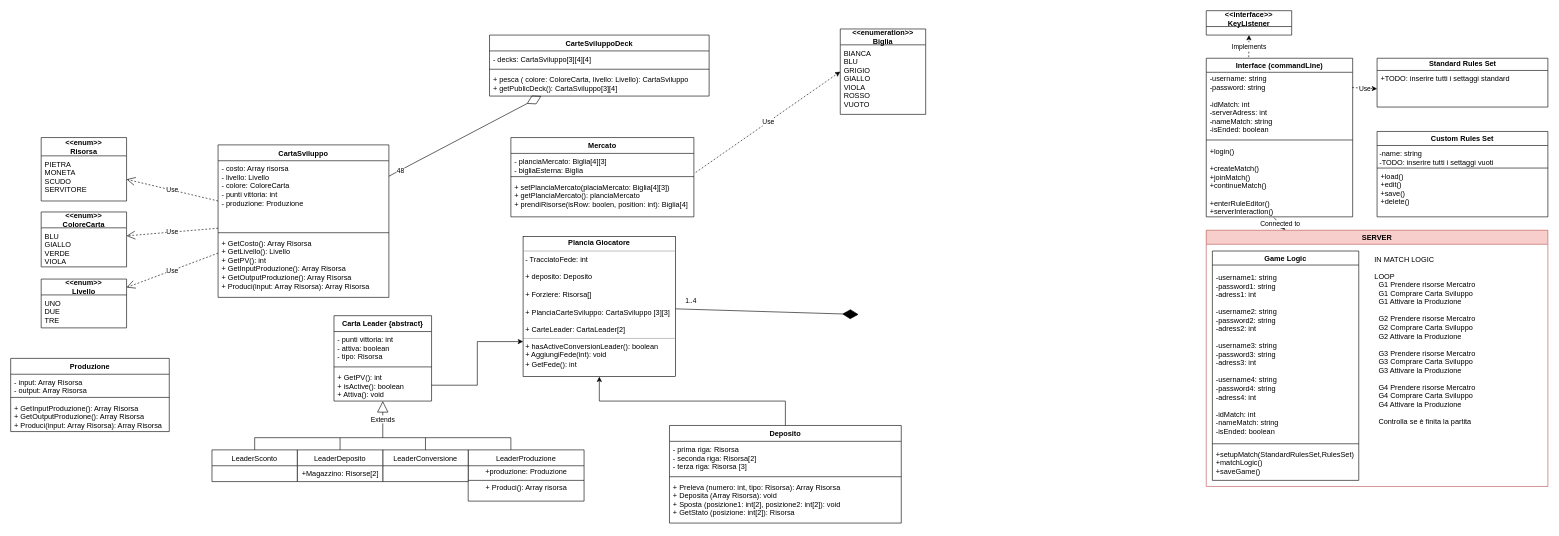
Earlier version of the draw.io diagram Untitled Diagram.drawio (DavideLancini/ing-sw-2021-Lancini-Gilli-Frigerio). Source tidied: cells renumbered, new cells numbered last; positions are measured from the earlier drawing's top-left corner, leaving out a move shared by most shapes. Both pictures are drawn from the tidied source at 61%, with x=0, y=0 at pixel (10, 10).
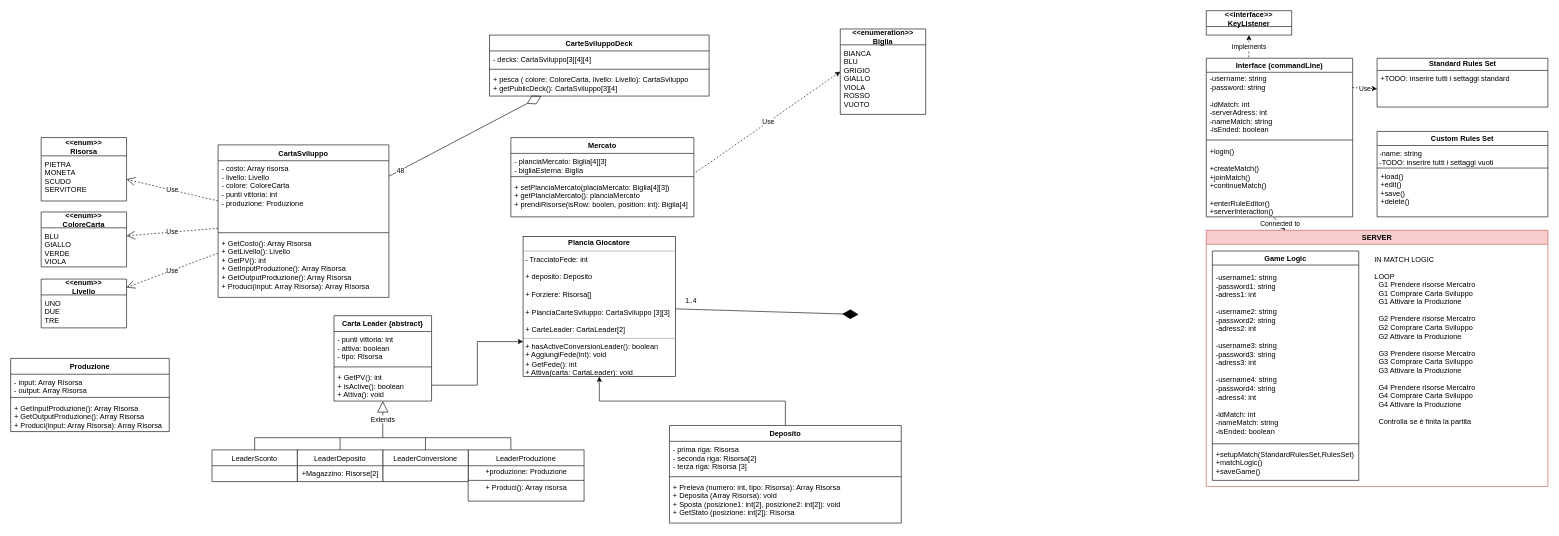
Above is the later version.

Change to the diagram source:
```diff
@@
-    <mxCell id="6" value="&lt;p style=&quot;margin: 0px ; margin-top: 4px ; text-align: center&quot;&gt;&lt;b&gt;Plancia Giocatore&lt;/b&gt;&lt;/p&gt;&lt;hr size=&quot;1&quot;&gt;&lt;p style=&quot;margin: 0px ; margin-left: 4px&quot;&gt;- TracciatoFede: int&lt;/p&gt;&lt;p style=&quot;margin: 0px ; margin-left: 4px&quot;&gt;&lt;br&gt;&lt;/p&gt;&lt;p style=&quot;margin: 0px ; margin-left: 4px&quot;&gt;+ deposito: Deposito&lt;/p&gt;&lt;p style=&quot;margin: 0px ; margin-left: 4px&quot;&gt;&lt;br&gt;&lt;/p&gt;&lt;p style=&quot;margin: 0px ; margin-left: 4px&quot;&gt;+ Forziere: Risorsa[]&lt;/p&gt;&lt;p style=&quot;margin: 0px ; margin-left: 4px&quot;&gt;&lt;br&gt;&lt;/p&gt;&lt;p style=&quot;margin: 0px ; margin-left: 4px&quot;&gt;+ PlanciaCarteSviluppo: CartaSviluppo [3][3]&lt;/p&gt;&lt;p style=&quot;margin: 0px ; margin-left: 4px&quot;&gt;&lt;br&gt;&lt;/p&gt;&lt;p style=&quot;margin: 0px ; margin-left: 4px&quot;&gt;+ CarteLeader: CartaLeader[2]&lt;/p&gt;&lt;hr size=&quot;1&quot;&gt;&lt;p style=&quot;margin: 0px ; margin-left: 4px&quot;&gt;+ hasActiveConversionLeader(): boolean&lt;/p&gt;&lt;p style=&quot;margin: 0px ; margin-left: 4px&quot;&gt;+ AggiungiFede(int): void&lt;br&gt;+ GetFede(): int&lt;/p&gt;" style="verticalAlign=top;align=left;overflow=fill;fontSize=12;fontFamily=Helvetica;html=1;" parent="1" vertex="1">
+    <mxCell id="6" value="&lt;p style=&quot;margin: 0px ; margin-top: 4px ; text-align: center&quot;&gt;&lt;b&gt;Plancia Giocatore&lt;/b&gt;&lt;/p&gt;&lt;hr size=&quot;1&quot;&gt;&lt;p style=&quot;margin: 0px ; margin-left: 4px&quot;&gt;- TracciatoFede: int&lt;/p&gt;&lt;p style=&quot;margin: 0px ; margin-left: 4px&quot;&gt;&lt;br&gt;&lt;/p&gt;&lt;p style=&quot;margin: 0px ; margin-left: 4px&quot;&gt;+ deposito: Deposito&lt;/p&gt;&lt;p style=&quot;margin: 0px ; margin-left: 4px&quot;&gt;&lt;br&gt;&lt;/p&gt;&lt;p style=&quot;margin: 0px ; margin-left: 4px&quot;&gt;+ Forziere: Risorsa[]&lt;/p&gt;&lt;p style=&quot;margin: 0px ; margin-left: 4px&quot;&gt;&lt;br&gt;&lt;/p&gt;&lt;p style=&quot;margin: 0px ; margin-left: 4px&quot;&gt;+ PlanciaCarteSviluppo: CartaSviluppo [3][3]&lt;/p&gt;&lt;p style=&quot;margin: 0px ; margin-left: 4px&quot;&gt;&lt;br&gt;&lt;/p&gt;&lt;p style=&quot;margin: 0px ; margin-left: 4px&quot;&gt;+ CarteLeader: CartaLeader[2]&lt;/p&gt;&lt;hr size=&quot;1&quot;&gt;&lt;p style=&quot;margin: 0px ; margin-left: 4px&quot;&gt;+ hasActiveConversionLeader(): boolean&lt;/p&gt;&lt;p style=&quot;margin: 0px ; margin-left: 4px&quot;&gt;+ AggiungiFede(int): void&lt;br&gt;+ GetFede(): int&lt;/p&gt;&lt;p style=&quot;margin: 0px ; margin-left: 4px&quot;&gt;+ Attiva(carta: CartaLeader): void&lt;/p&gt;" style="verticalAlign=top;align=left;overflow=fill;fontSize=12;fontFamily=Helvetica;html=1;" parent="1" vertex="1">
       <mxGeometry x="840" y="370" width="250" height="230" as="geometry" />
     </mxCell>
```
